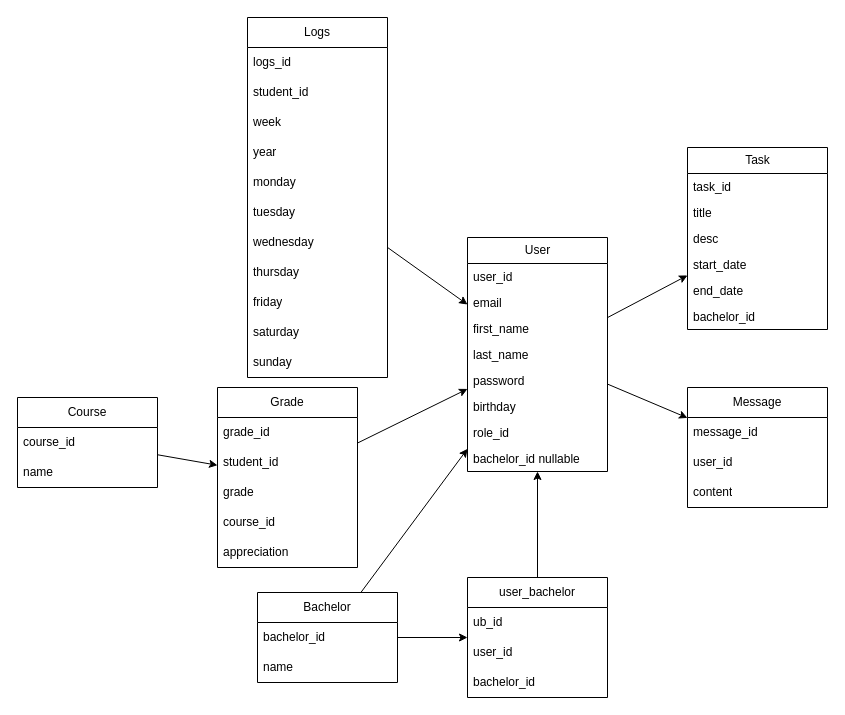
augustin-yvon/moonshot keeps this draw.io diagram as mcd.drawio. Above is the earlier version. Source tidied: cells renumbered, new cells numbered last; positions are measured from the earlier drawing's top-left corner, leaving out a move shared by most shapes. Both pictures are drawn from the tidied source at 100%, with x=0, y=0 at pixel (17, 17).
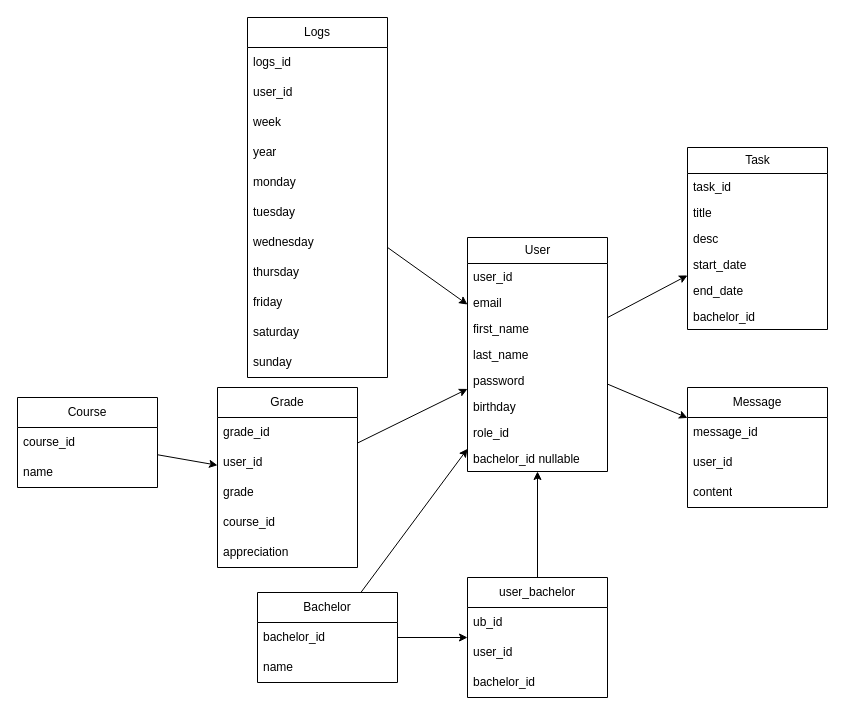
The same page after the edit.

Commit message:
modification nom de variable

Unchanged cells that the change refers to:
```xml
<mxCell id="31" value="Logs" style="swimlane;fontStyle=0;horizontal=1;startSize=30;whiteSpace=wrap;html=1;" parent="1" vertex="1">
  <mxGeometry x="230" width="140" height="360" as="geometry" />
</mxCell>
<mxCell id="44" value="Grade" style="swimlane;fontStyle=0;horizontal=1;startSize=30;whiteSpace=wrap;html=1;" parent="1" vertex="1">
  <mxGeometry x="200" y="370" width="140" height="180" as="geometry" />
</mxCell>
```

Diff of the diagram source:
```diff
@@
-    <mxCell id="33" value="student_id" style="text;strokeColor=none;fillColor=none;align=left;verticalAlign=middle;spacingLeft=4;spacingRight=4;overflow=hidden;whiteSpace=wrap;html=1;" parent="31" vertex="1">
+    <mxCell id="33" value="user_id" style="text;strokeColor=none;fillColor=none;align=left;verticalAlign=middle;spacingLeft=4;spacingRight=4;overflow=hidden;whiteSpace=wrap;html=1;" parent="31" vertex="1">
       <mxGeometry y="60" width="140" height="30" as="geometry" />
     </mxCell>
@@
-    <mxCell id="46" value="student_id" style="text;strokeColor=none;fillColor=none;align=left;verticalAlign=middle;spacingLeft=4;spacingRight=4;overflow=hidden;whiteSpace=wrap;html=1;" parent="44" vertex="1">
+    <mxCell id="46" value="user_id" style="text;strokeColor=none;fillColor=none;align=left;verticalAlign=middle;spacingLeft=4;spacingRight=4;overflow=hidden;whiteSpace=wrap;html=1;" parent="44" vertex="1">
       <mxGeometry y="60" width="140" height="30" as="geometry" />
     </mxCell>
```
